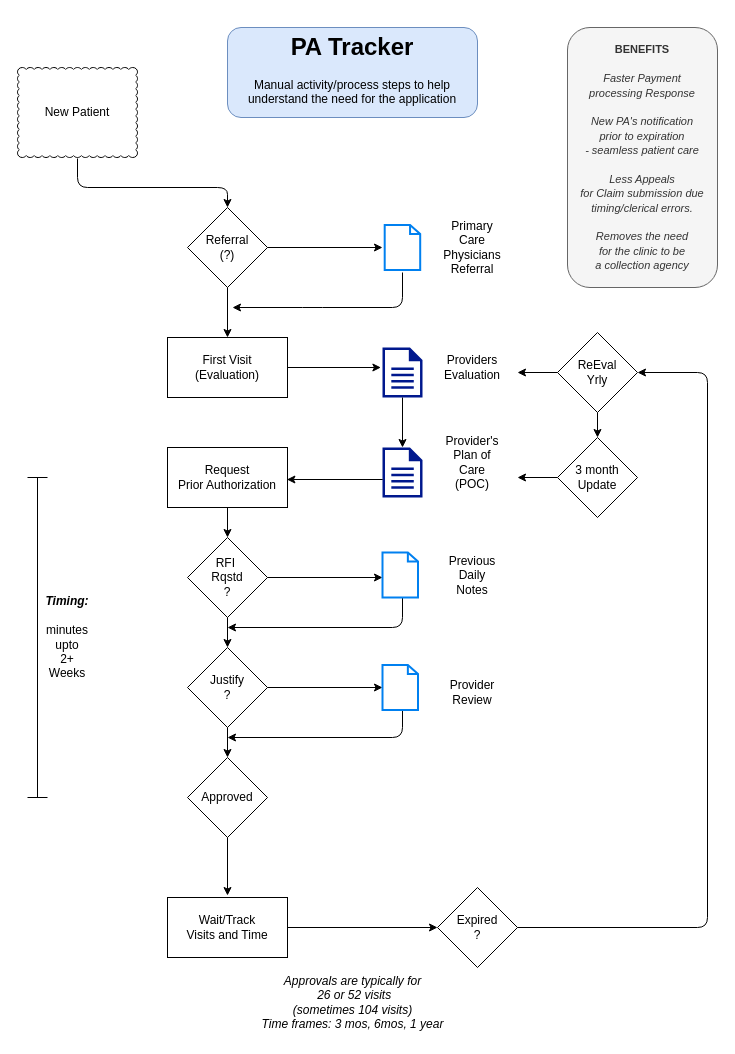
cashmy/pa_tracker keeps this draw.io diagram as public/Untitled Diagram.drawio. Above is the earlier version. Source tidied: cells renumbered, new cells numbered last; positions are measured from the earlier drawing's top-left corner, leaving out a move shared by most shapes. Both pictures are drawn from the tidied source at 100%, with x=0, y=0 at pixel (17, 27).
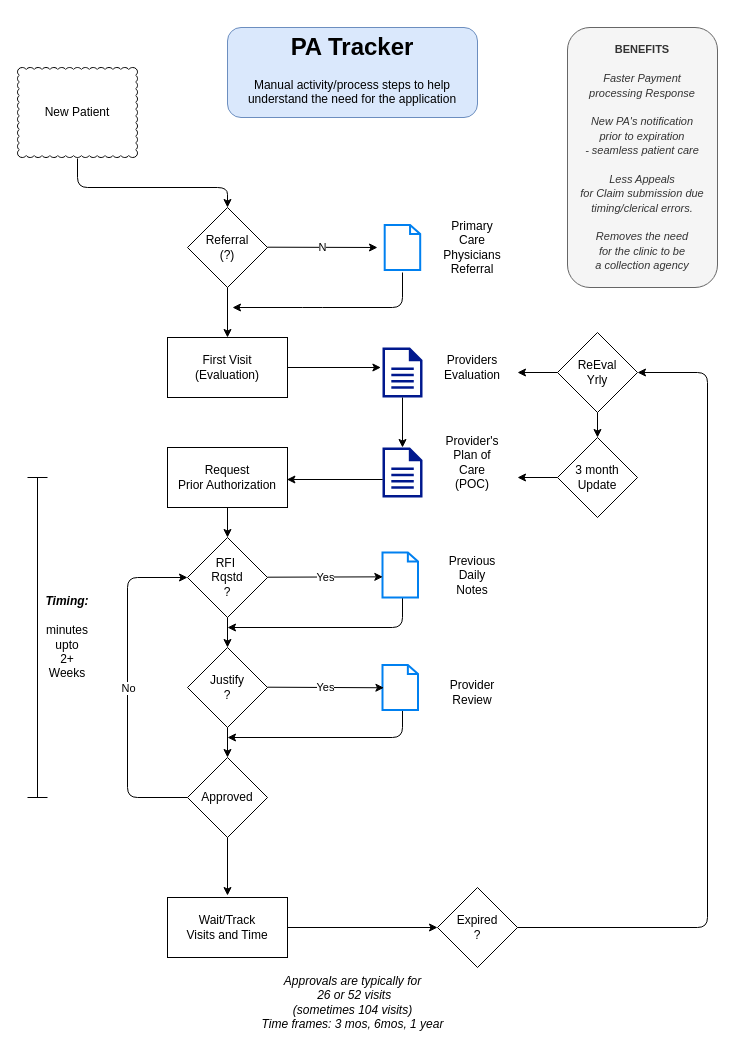
The same page after the edit.

Commit message:
Changed Line styles

The change refers to these unchanged cells:
```xml
<mxCell id="10" value="Referral&lt;br&gt;(?)" style="rhombus;whiteSpace=wrap;html=1;" parent="1" vertex="1">
  <mxGeometry x="170" y="180" width="80" height="80" as="geometry" />
</mxCell>
<mxCell id="19" value="RFI&amp;nbsp;&lt;br&gt;Rqstd&lt;br&gt;?" style="rhombus;whiteSpace=wrap;html=1;" parent="1" vertex="1">
  <mxGeometry x="170" y="510" width="80" height="80" as="geometry" />
</mxCell>
<mxCell id="20" value="Justify&lt;br&gt;?" style="rhombus;whiteSpace=wrap;html=1;" parent="1" vertex="1">
  <mxGeometry x="170" y="620" width="80" height="80" as="geometry" />
</mxCell>
<mxCell id="21" value="Approved" style="rhombus;whiteSpace=wrap;html=1;" parent="1" vertex="1">
  <mxGeometry x="170" y="730" width="80" height="80" as="geometry" />
</mxCell>
<mxCell id="43" style="html=1;verticalLabelPosition=bottom;align=center;labelBackgroundColor=#ffffff;verticalAlign=top;strokeWidth=2;strokeColor=#0080F0;shadow=0;dashed=0;shape=mxgraph.ios7.icons.document;" parent="1" vertex="1">
  <mxGeometry x="365" y="525" width="35.5" height="45" as="geometry" />
</mxCell>
<mxCell id="44" style="html=1;verticalLabelPosition=bottom;align=center;labelBackgroundColor=#ffffff;verticalAlign=top;strokeWidth=2;strokeColor=#0080F0;shadow=0;dashed=0;shape=mxgraph.ios7.icons.document;" parent="1" vertex="1">
  <mxGeometry x="365" y="637.5" width="35.5" height="45" as="geometry" />
</mxCell>
```

Diff of the diagram source:
```diff
@@
-    <mxCell id="11" style="edgeStyle=segmentEdgeStyle;endArrow=classic;html=1;exitX=1;exitY=0.5;exitDx=0;exitDy=0;entryX=0;entryY=0.5;entryDx=0;entryDy=0;entryPerimeter=0;" parent="1" edge="1" source="10">
-      <mxGeometry relative="1" as="geometry">
-        <mxPoint x="365" y="220" as="targetPoint" />
-      </mxGeometry>
-    </mxCell>
@@
-    <mxCell id="36" style="edgeStyle=segmentEdgeStyle;endArrow=classic;html=1;exitX=1;exitY=0.5;exitDx=0;exitDy=0;" parent="1" edge="1" source="19">
-      <mxGeometry relative="1" as="geometry">
-        <mxPoint x="365" y="550" as="targetPoint" />
-      </mxGeometry>
-    </mxCell>
@@
-    <mxCell id="39" style="edgeStyle=segmentEdgeStyle;endArrow=classic;html=1;exitX=1;exitY=0.5;exitDx=0;exitDy=0;" parent="1" edge="1" source="20">
-      <mxGeometry relative="1" as="geometry">
-        <mxPoint x="365" y="660" as="targetPoint" />
-      </mxGeometry>
-    </mxCell>
@@
+    <mxCell id="48" style="endArrow=classic;html=1;" parent="1" edge="1">
+      <mxGeometry relative="1" as="geometry">
+        <mxPoint x="250" y="219.7" as="sourcePoint" />
+        <mxPoint x="360" y="220" as="targetPoint" />
+      </mxGeometry>
+    </mxCell>
+    <mxCell id="49" value="N" style="edgeLabel;html=1;align=center;verticalAlign=middle;" parent="48" vertex="1">
+      <mxGeometry relative="1" as="geometry" />
+    </mxCell>
+    <mxCell id="50" style="endArrow=classic;html=1;entryX=0.009;entryY=0.541;entryDx=0;entryDy=0;entryPerimeter=0;" parent="1" edge="1" target="43">
+      <mxGeometry relative="1" as="geometry">
+        <mxPoint x="250" y="549.7" as="sourcePoint" />
+      </mxGeometry>
+    </mxCell>
+    <mxCell id="51" value="Yes" style="edgeLabel;html=1;align=center;verticalAlign=middle;" parent="50" vertex="1">
+      <mxGeometry relative="1" as="geometry" />
+    </mxCell>
+    <mxCell id="52" style="endArrow=classic;html=1;entryX=0.04;entryY=0.506;entryDx=0;entryDy=0;entryPerimeter=0;" parent="1" edge="1" target="44">
+      <mxGeometry relative="1" as="geometry">
+        <mxPoint x="250" y="659.7" as="sourcePoint" />
+      </mxGeometry>
+    </mxCell>
+    <mxCell id="53" value="Yes" style="edgeLabel;html=1;align=center;verticalAlign=middle;" parent="52" vertex="1">
+      <mxGeometry relative="1" as="geometry" />
+    </mxCell>
+    <mxCell id="54" style="endArrow=classic;html=1;exitX=0;exitY=0.5;exitDx=0;exitDy=0;entryX=0;entryY=0.5;entryDx=0;entryDy=0;" parent="1" edge="1" source="21" target="19">
+      <mxGeometry relative="1" as="geometry">
+        <Array as="points">
+          <mxPoint x="110" y="770" />
+          <mxPoint x="110" y="550" />
+        </Array>
+      </mxGeometry>
+    </mxCell>
+    <mxCell id="55" value="No" style="edgeLabel;html=1;align=center;verticalAlign=middle;" parent="54" vertex="1">
+      <mxGeometry relative="1" as="geometry" />
+    </mxCell>
```
